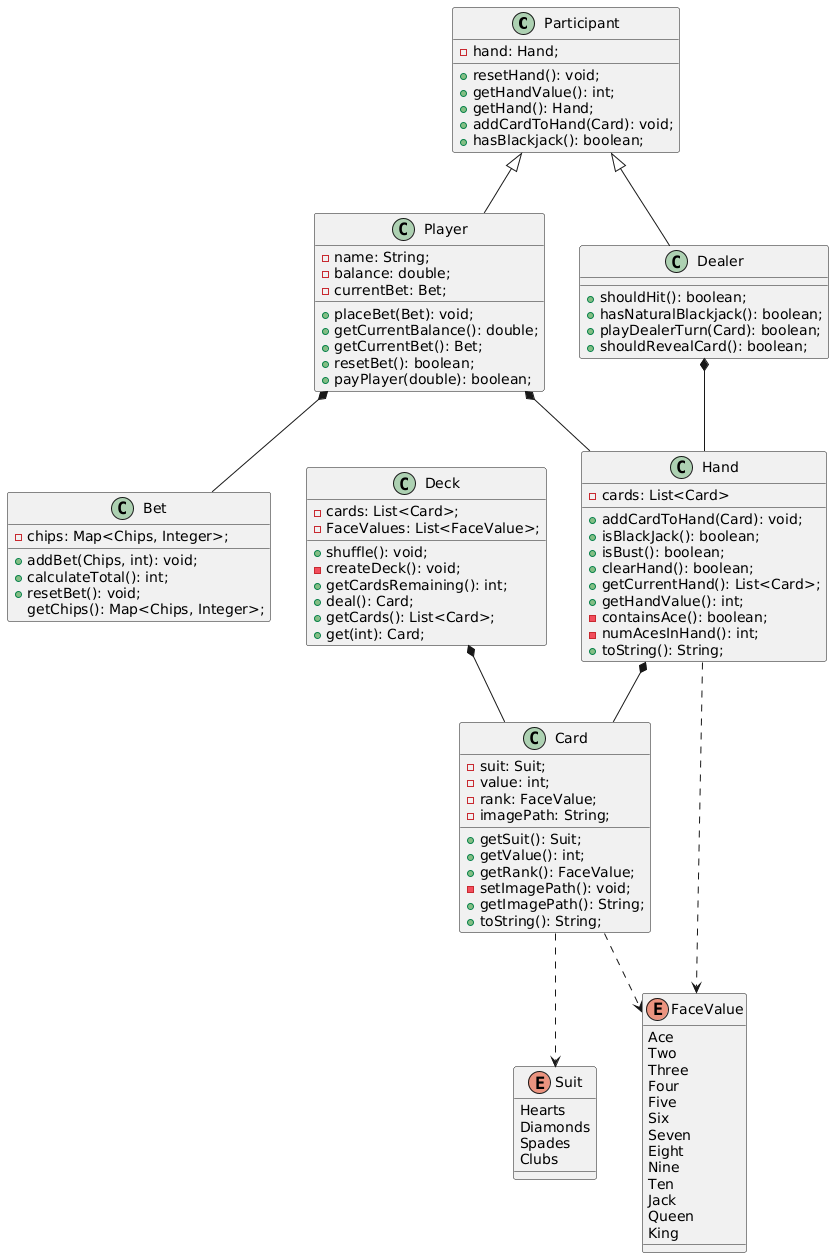
Earlier version of the PlantUML export src/main/resources/Diagrams/class-uml-diagram.png (jkat-codes/BU-CS205-Final-Project).
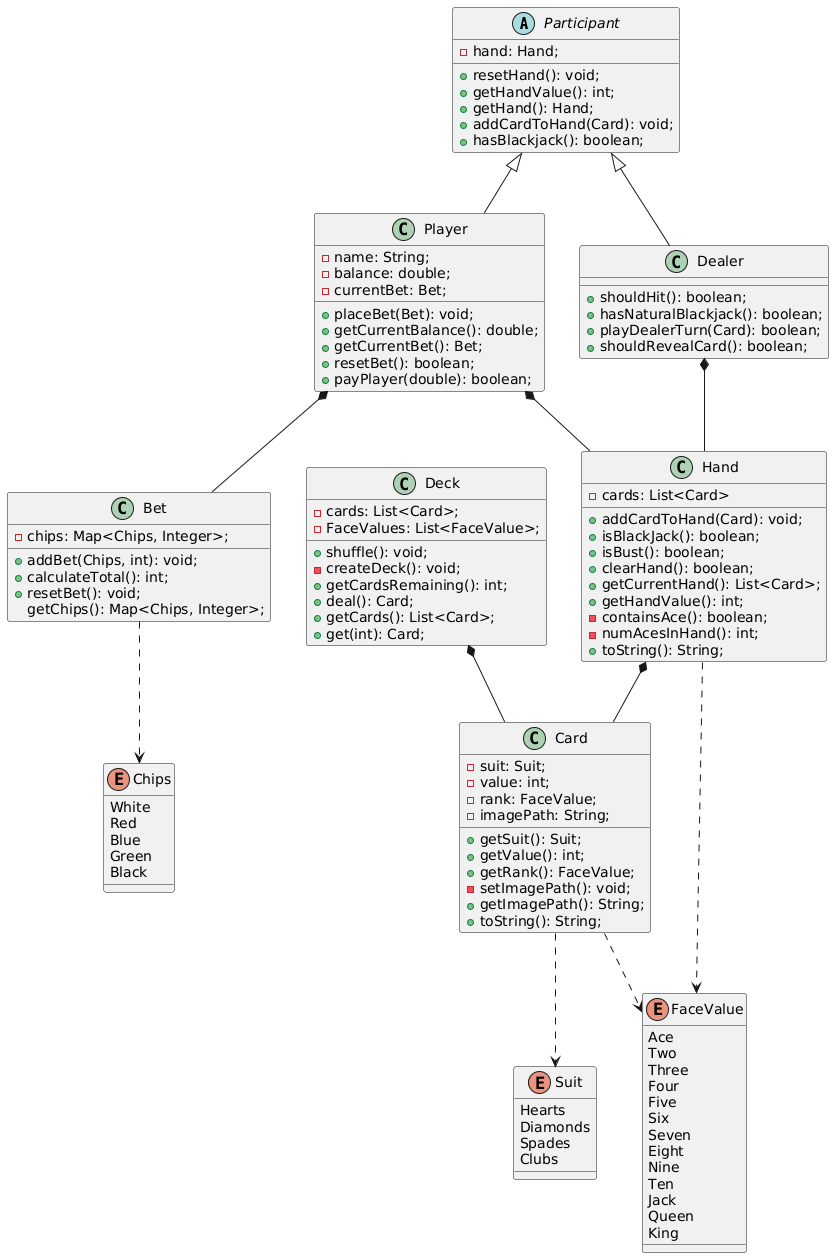
The same file after the commit.

Commit message:
Updated UML diagram to include chips enum

Change to the diagram source:
```diff
@@ -1,5 +1,5 @@
 @startuml
-class Participant {
+abstract class Participant {
   -hand: Hand;
   +resetHand(): void;
   +getHandValue(): int;
@@ -105,7 +105,16 @@
   King
 }
 
+enum Chips {
+  White
+  Red
+  Blue
+  Green
+  Black
+}
+
 Card ..> Suit
 Card ..> FaceValue
 Hand ..> FaceValue
+Bet ..> Chips
 @enduml
```
